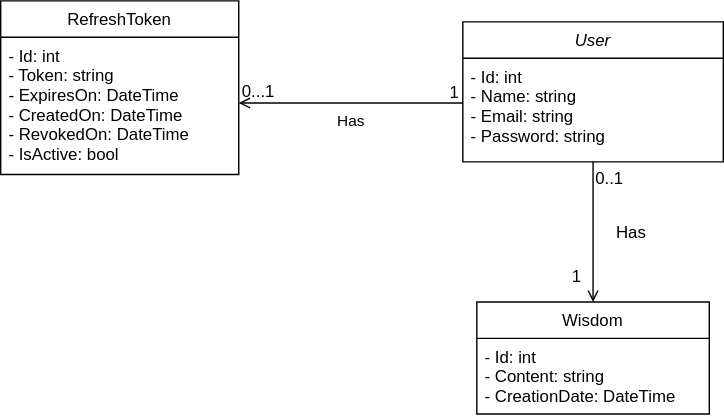
Davidemad24/WisdomSystem keeps this draw.io diagram as Diagram/Class Diagrams/Entities.svg. Above is the earlier version. Source tidied: cells renumbered, new cells last; positions are measured from the earlier drawing's top-left corner, leaving out a move shared by most shapes.
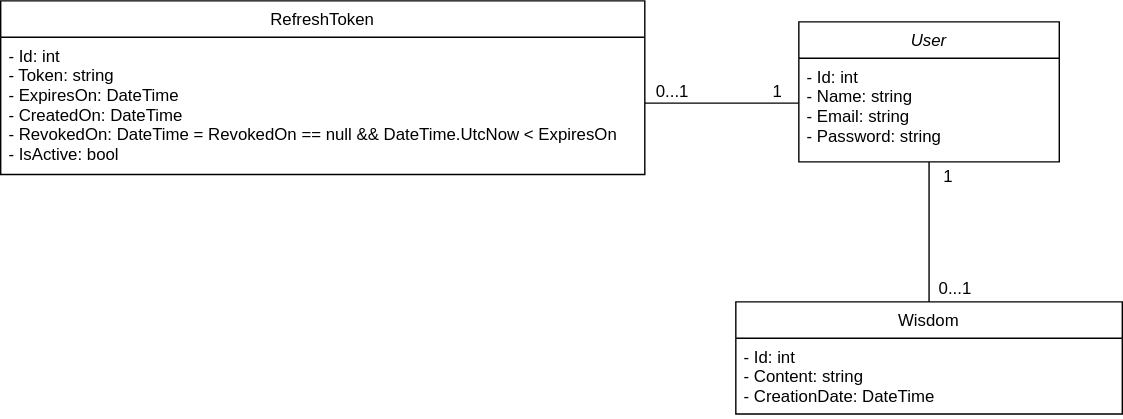
Later version of the same file.

What changed in the source:
```diff
@@ -3,55 +3,40 @@
     <mxCell id="0" />
     <mxCell id="1" parent="0" />
     <mxCell id="2" value="User" style="swimlane;fontStyle=2;align=center;verticalAlign=top;horizontal=1;startSize=26;rounded=0;shadow=0;strokeWidth=1;" parent="1" vertex="1">
-      <mxGeometry x="330" y="15" width="186" height="100" as="geometry" />
+      <mxGeometry x="430" y="15" width="186" height="100" as="geometry" />
     </mxCell>
     <mxCell id="3" value="- Id: int&#10;- Name: string&#10;- Email: string&#10;- Password: string" style="text;align=left;verticalAlign=top;spacingLeft=4;spacingRight=4;overflow=hidden;points=[[0,0.5],[1,0.5]];portConstraint=eastwest;" parent="2" vertex="1">
       <mxGeometry y="26" width="186" height="64" as="geometry" />
     </mxCell>
     <mxCell id="4" value="Wisdom" style="swimlane;fontStyle=0;align=center;verticalAlign=top;horizontal=1;startSize=26;rounded=0;shadow=0;strokeWidth=1;" parent="1" vertex="1">
-      <mxGeometry x="340" y="215" width="166" height="80" as="geometry" />
+      <mxGeometry x="385" y="215" width="276" height="80" as="geometry" />
     </mxCell>
     <mxCell id="5" value="- Id: int&#10;- Content: string&#10;- CreationDate: DateTime" style="text;align=left;verticalAlign=top;spacingLeft=4;spacingRight=4;overflow=hidden;" parent="4" vertex="1">
-      <mxGeometry y="26" width="166" height="54" as="geometry" />
+      <mxGeometry y="26" width="276" height="54" as="geometry" />
     </mxCell>
-    <mxCell id="6" style="endArrow=open;shadow=0;strokeWidth=1;rounded=0;curved=0;endFill=1;edgeStyle=elbowEdgeStyle;elbow=vertical;" parent="1" edge="1" source="2" target="4">
-      <mxGeometry x="0.5" y="41" relative="1" as="geometry">
-        <mxPoint x="-40" y="32" as="offset" />
-      </mxGeometry>
-    </mxCell>
-    <mxCell id="7" value="0..1" style="align=left;verticalAlign=bottom;labelBackgroundColor=none;fontSize=12;" parent="6" vertex="1">
-      <mxGeometry x="-1" relative="1" as="geometry">
-        <mxPoint y="20" as="offset" />
-      </mxGeometry>
-    </mxCell>
-    <mxCell id="8" value="1" style="align=right;verticalAlign=bottom;labelBackgroundColor=none;fontSize=12;" parent="6" vertex="1">
-      <mxGeometry x="1" relative="1" as="geometry">
-        <mxPoint x="-7" y="-10" as="offset" />
-      </mxGeometry>
-    </mxCell>
-    <mxCell id="9" value="Has" style="text;html=1;align=center;verticalAlign=middle;labelBackgroundColor=none;rounded=0;shadow=0;strokeWidth=1;fontSize=12;" parent="6" vertex="1">
-      <mxGeometry x="0.5" y="49" relative="1" as="geometry">
-        <mxPoint x="-23" y="-25" as="offset" />
-      </mxGeometry>
-    </mxCell>
     <mxCell id="10" value="RefreshToken" style="swimlane;fontStyle=0;align=center;verticalAlign=top;horizontal=1;startSize=26;rounded=0;shadow=0;strokeWidth=1;" parent="1" vertex="1">
-      <mxGeometry width="170" height="124" as="geometry" />
+      <mxGeometry x="-140" width="460" height="124" as="geometry" />
     </mxCell>
-    <mxCell id="11" value="- Id: int&#10;- Token: string&#10;- ExpiresOn: DateTime&#10;- CreatedOn: DateTime&#10;- RevokedOn: DateTime&#10;- IsActive: bool&#10;&#10;- " style="text;align=left;verticalAlign=top;spacingLeft=4;spacingRight=4;overflow=hidden;points=[[0,0.5],[1,0.5]];portConstraint=eastwest;" parent="10" vertex="1">
-      <mxGeometry y="26" width="170" height="94" as="geometry" />
+    <mxCell id="11" value="- Id: int&#10;- Token: string&#10;- ExpiresOn: DateTime&#10;- CreatedOn: DateTime&#10;- RevokedOn: DateTime = RevokedOn == null &amp;&amp; DateTime.UtcNow &lt; ExpiresOn&#10;- IsActive: bool" style="text;align=left;verticalAlign=top;spacingLeft=4;spacingRight=4;overflow=hidden;points=[[0,0.5],[1,0.5]];portConstraint=eastwest;labelBackgroundColor=none;" parent="10" vertex="1">
+      <mxGeometry y="26" width="460" height="94" as="geometry" />
     </mxCell>
-    <mxCell id="12" value="Has" style="endArrow=open;html=1;rounded=0;align=center;verticalAlign=top;endFill=0;labelBackgroundColor=none;entryX=1;entryY=0.5;entryDx=0;entryDy=0;exitX=0;exitY=0.5;exitDx=0;exitDy=0;" parent="1" edge="1" source="3" target="11">
-      <mxGeometry relative="1" as="geometry" />
-    </mxCell>
-    <mxCell id="13" value="1" style="html=1;align=left;verticalAlign=bottom;labelBackgroundColor=none;" parent="12" vertex="1">
-      <mxGeometry x="-1" relative="1" as="geometry">
-        <mxPoint x="-11" y="1" as="offset" />
-      </mxGeometry>
-    </mxCell>
-    <mxCell id="14" value="0...1" style="html=1;align=right;verticalAlign=bottom;labelBackgroundColor=none;" parent="12" vertex="1">
-      <mxGeometry x="1" relative="1" as="geometry">
-        <mxPoint x="26" as="offset" />
-      </mxGeometry>
-    </mxCell>
+    <mxCell id="15" style="endArrow=none;html=1;rounded=0;entryX=0.5;entryY=1;entryDx=0;entryDy=0;exitX=0.5;exitY=0;exitDx=0;exitDy=0;" parent="1" edge="1" source="4" target="2">
+      <mxGeometry relative="1" as="geometry" />
+    </mxCell>
+    <mxCell id="16" value="0...1" style="text;html=1;whiteSpace=wrap;strokeColor=none;fillColor=none;align=center;verticalAlign=middle;rounded=0;" parent="1" vertex="1">
+      <mxGeometry x="512" y="191" width="60" height="30" as="geometry" />
+    </mxCell>
+    <mxCell id="17" value="0...1" style="text;html=1;whiteSpace=wrap;strokeColor=none;fillColor=none;align=center;verticalAlign=middle;rounded=0;" parent="1" vertex="1">
+      <mxGeometry x="310" y="50" width="60" height="30" as="geometry" />
+    </mxCell>
+    <mxCell id="18" style="endArrow=none;html=1;rounded=0;entryX=0;entryY=0.5;entryDx=0;entryDy=0;exitX=1;exitY=0.5;exitDx=0;exitDy=0;" parent="1" edge="1" source="11" target="3">
+      <mxGeometry relative="1" as="geometry" />
+    </mxCell>
+    <mxCell id="19" value="1" style="text;html=1;whiteSpace=wrap;strokeColor=none;fillColor=none;align=center;verticalAlign=middle;rounded=0;" parent="1" vertex="1">
+      <mxGeometry x="385" y="50" width="60" height="30" as="geometry" />
+    </mxCell>
+    <mxCell id="20" value="1" style="text;html=1;whiteSpace=wrap;strokeColor=none;fillColor=none;align=center;verticalAlign=middle;rounded=0;" parent="1" vertex="1">
+      <mxGeometry x="507" y="111" width="60" height="30" as="geometry" />
+    </mxCell>
   </root>
 </mxGraphModel>
```
